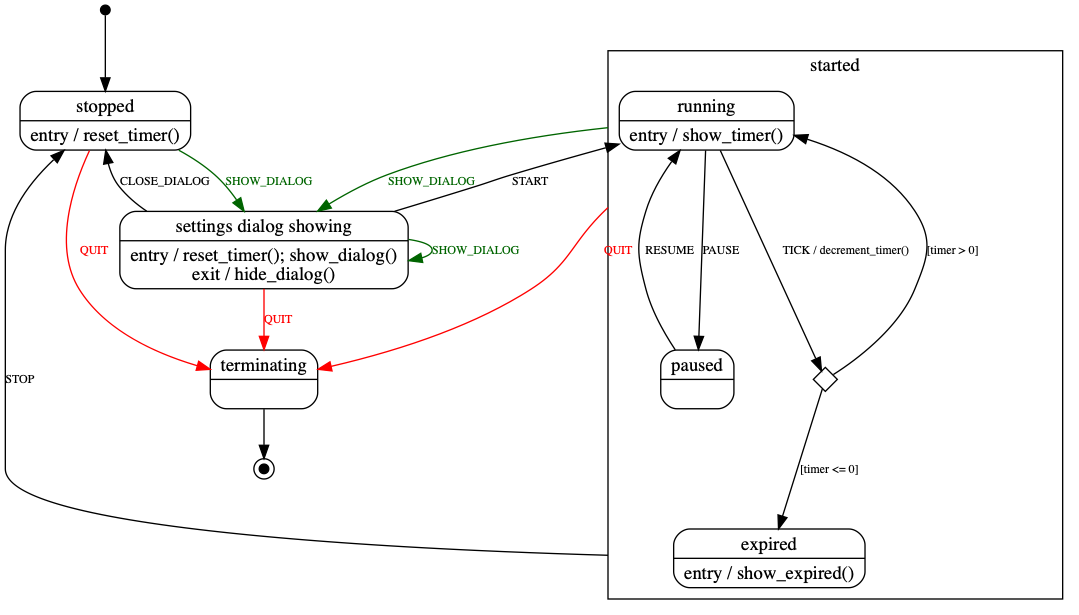
The Graphviz diagram docs/states.png in kristopherjohnson/MenubarCountdown, before a commit. Its source is kept beside it as docs/states.gv.
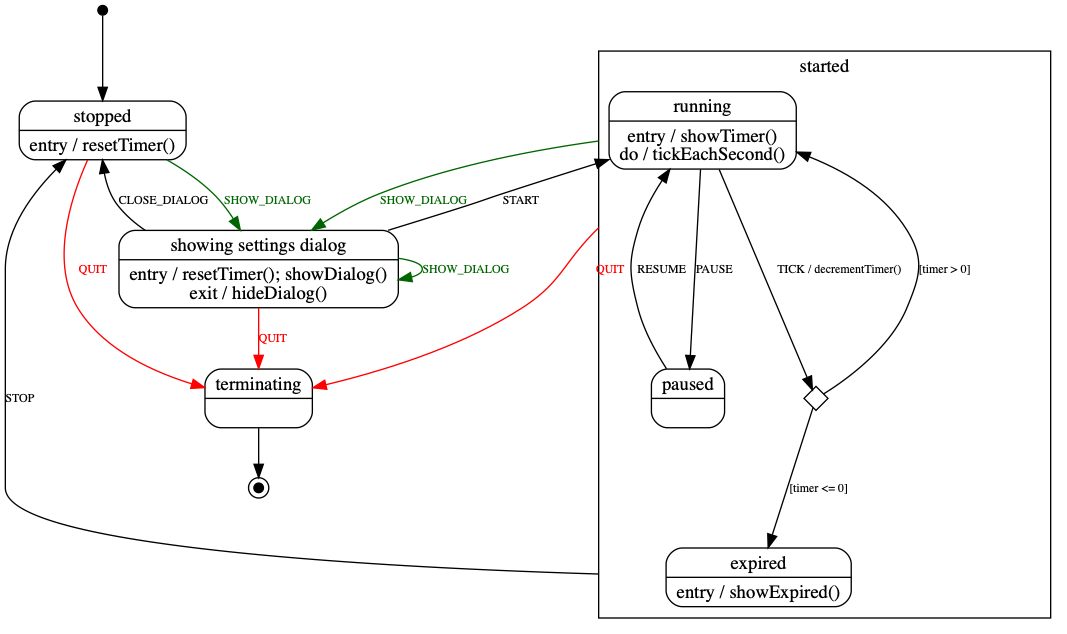
The same file after the commit.

Commit message:
Updates to state machine diagram

What changed in the source:
```diff
@@ -15,34 +15,43 @@
         fontsize=9;
     ];
 
+    # Initial state
     init [
         shape=point;
         height=0.10;
         width=0.10;
     ];
 
+    # Terminal state
+    exit [
+        shape=point;
+        height=0.10;
+        width=0.10;
+        peripheries=2;
+    ];
+
     stopped [
-        label="{ \N | entry / reset_timer() }";
+        label="{ \N | entry / resetTimer() }";
     ];
 
     dialog [
-        label="{ settings dialog showing | entry / reset_timer(); show_dialog()\nexit / hide_dialog() }";
+        label="{ showing settings dialog | entry / resetTimer(); showDialog()\nexit / hideDialog() }";
     ];
 
     subgraph cluster_started {
         label="started";
 
         running [
-            label="{ \N | entry / show_timer() }"
+            label="{ \N | entry / showTimer()\ndo / tickEachSecond() }"
         ];
         paused [
         ];
         expired [
-            label="{ \N | entry / show_expired() }"
+            label="{ \N | entry / showExpired() }"
         ];
 
-        running    -> paused     [ label=PAUSE ];
-        paused     -> running    [ label=RESUME ];
+        running -> paused   [ label=PAUSE ];
+        paused  -> running  [ label=RESUME ];
 
         decrement  [
             label="";
@@ -52,19 +61,12 @@
             width=0.25;
         ];
 
-        running    -> decrement  [ label="TICK / decrement_timer()" ];
+        running    -> decrement  [ label="TICK / decrementTimer()" ];
         decrement  -> running    [ label="[timer > 0]" ];
         decrement  -> expired    [ label="[timer <= 0]" ];
     }
 
     terminating [
-    ];
-
-    exit [
-        shape=point;
-        height=0.10;
-        width=0.10;
-        peripheries=2;
     ];
 
     init -> stopped;
@@ -84,6 +86,7 @@
     dialog -> running [ label=START ];
     dialog -> stopped [ label=CLOSE_DIALOG ];
 
+    # cluster_started -> stopped
     expired -> stopped [
         label=STOP;
         ltail=cluster_started;
@@ -94,6 +97,8 @@
         color=red;
         fontcolor=red;
     ];
+
+    # cluster_started -> terminating
     running -> terminating [
         label=QUIT;
         color=red;
```
